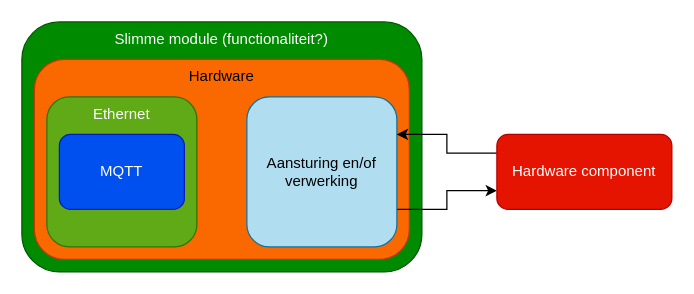
AquaStorm-Official/Resources keeps this draw.io diagram as Diagrammen/Opbouw slimme module.drawio. Above is the earlier version. Source tidied: cells renumbered, new cells numbered last; positions are measured from the earlier drawing's top-left corner, leaving out a move shared by most shapes. Both pictures are drawn from the tidied source at 125%, with x=0, y=0 at pixel (21, 21).
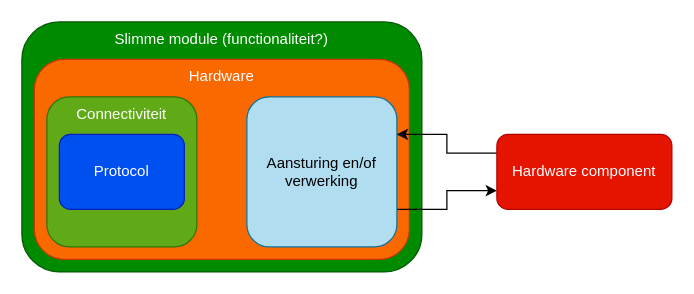
After the change.

Change to the diagram source:
```diff
@@
 <mxGraphModel>
   <root>
     <mxCell id="0" />
     <mxCell id="1" parent="0" />
     <mxCell id="2" value="Slimme module (functionaliteit?)" style="rounded=1;whiteSpace=wrap;html=1;verticalAlign=top;fillColor=#008a00;strokeColor=#005700;fontColor=#ffffff;" parent="1" vertex="1">
       <mxGeometry width="320" height="200" as="geometry" />
     </mxCell>
-    <mxCell id="3" value="Hardware" style="rounded=1;whiteSpace=wrap;html=1;verticalAlign=top;fillColor=#fa6800;strokeColor=#C73500;fontColor=#000000;" parent="1" vertex="1">
+    <mxCell id="3" value="Hardware" style="rounded=1;whiteSpace=wrap;html=1;verticalAlign=top;fillColor=#fa6800;strokeColor=#C73500;fontColor=#FFFFFF;" parent="1" vertex="1">
       <mxGeometry x="10" y="30" width="300" height="160" as="geometry" />
     </mxCell>
-    <mxCell id="4" value="Ethernet" style="rounded=1;whiteSpace=wrap;html=1;verticalAlign=top;fillColor=#60a917;strokeColor=#2D7600;fontColor=#ffffff;" parent="1" vertex="1">
+    <mxCell id="4" value="Connectiviteit" style="rounded=1;whiteSpace=wrap;html=1;verticalAlign=top;fillColor=#60a917;strokeColor=#2D7600;fontColor=#ffffff;" parent="1" vertex="1">
       <mxGeometry x="20" y="60" width="120" height="120" as="geometry" />
     </mxCell>
     <mxCell id="5" style="edgeStyle=orthogonalEdgeStyle;rounded=0;jettySize=auto;html=1;exitX=1;exitY=0.75;exitDx=0;exitDy=0;entryX=0;entryY=0.75;entryDx=0;entryDy=0;" parent="1" edge="1" source="6" target="9">
       <mxGeometry relative="1" as="geometry" />
     </mxCell>
     <mxCell id="6" value="Aansturing en/of verwerking" style="rounded=1;whiteSpace=wrap;html=1;fillColor=#b1ddf0;strokeColor=#10739e;" parent="1" vertex="1">
       <mxGeometry x="180" y="60" width="120" height="120" as="geometry" />
     </mxCell>
-    <mxCell id="7" value="MQTT" style="rounded=1;whiteSpace=wrap;html=1;fillColor=#0050ef;strokeColor=#001DBC;fontColor=#ffffff;" parent="1" vertex="1">
+    <mxCell id="7" value="Protocol" style="rounded=1;whiteSpace=wrap;html=1;fillColor=#0050ef;strokeColor=#001DBC;fontColor=#ffffff;" parent="1" vertex="1">
       <mxGeometry x="30" y="90" width="100" height="60" as="geometry" />
     </mxCell>
     <mxCell id="8" style="edgeStyle=orthogonalEdgeStyle;rounded=0;jettySize=auto;html=1;exitX=0;exitY=0.25;exitDx=0;exitDy=0;entryX=1;entryY=0.25;entryDx=0;entryDy=0;" parent="1" edge="1" source="9" target="6">
       <mxGeometry relative="1" as="geometry" />
     </mxCell>
     <mxCell id="9" value="Hardware component" style="rounded=1;whiteSpace=wrap;html=1;fillColor=#e51400;fontColor=#ffffff;strokeColor=#B20000;" parent="1" vertex="1">
       <mxGeometry x="380" y="90" width="140" height="60" as="geometry" />
     </mxCell>
   </root>
 </mxGraphModel>
```
